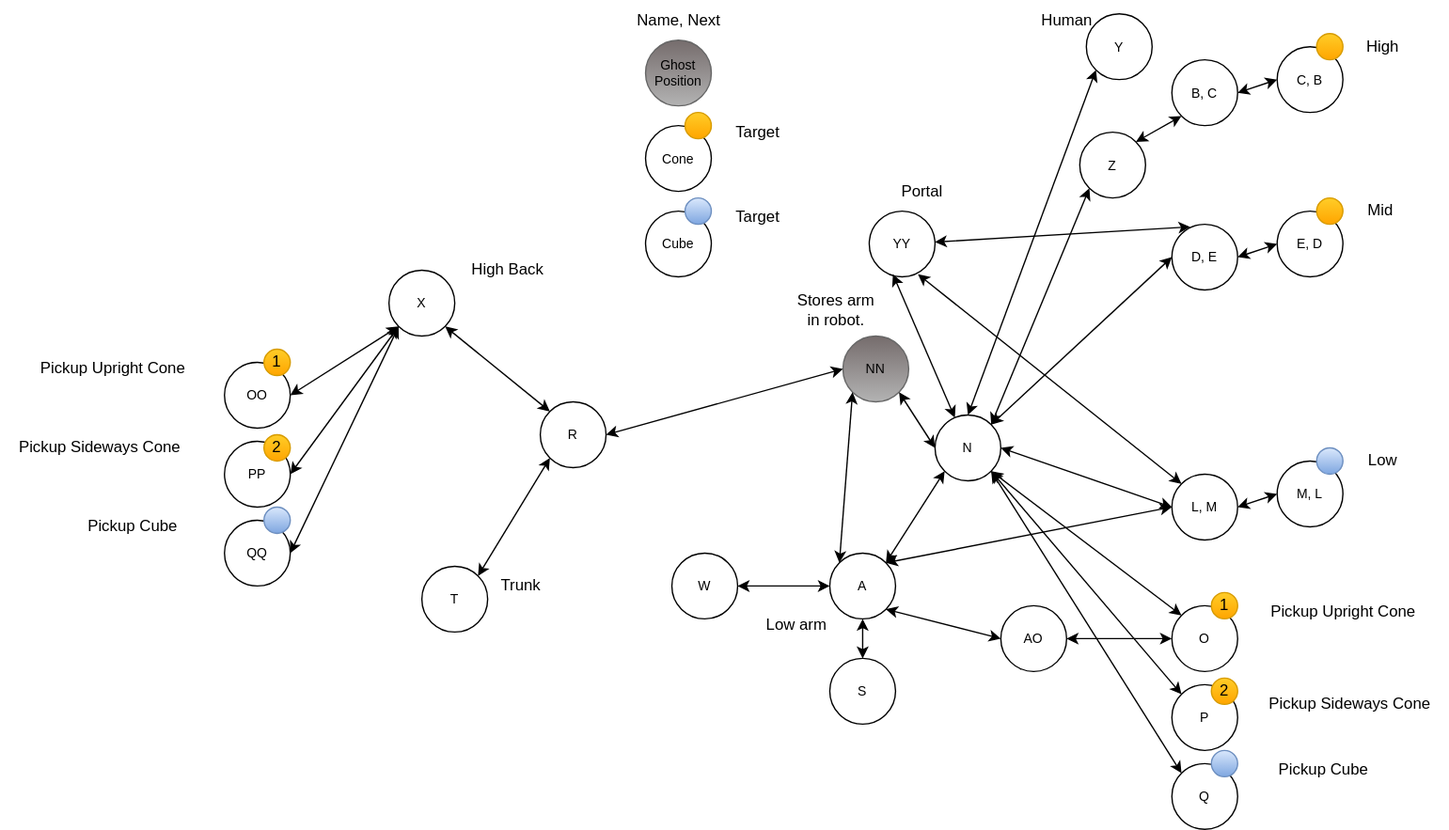
Above: src/main/java/frc/robot/subsystems/Arm/arm.drawio.svg in RossRambotics/2023-ChargedUp (draw.io), before the change. Source tidied: cells renumbered, new cells last; positions are measured from the earlier drawing's top-left corner, leaving out a move shared by most shapes.
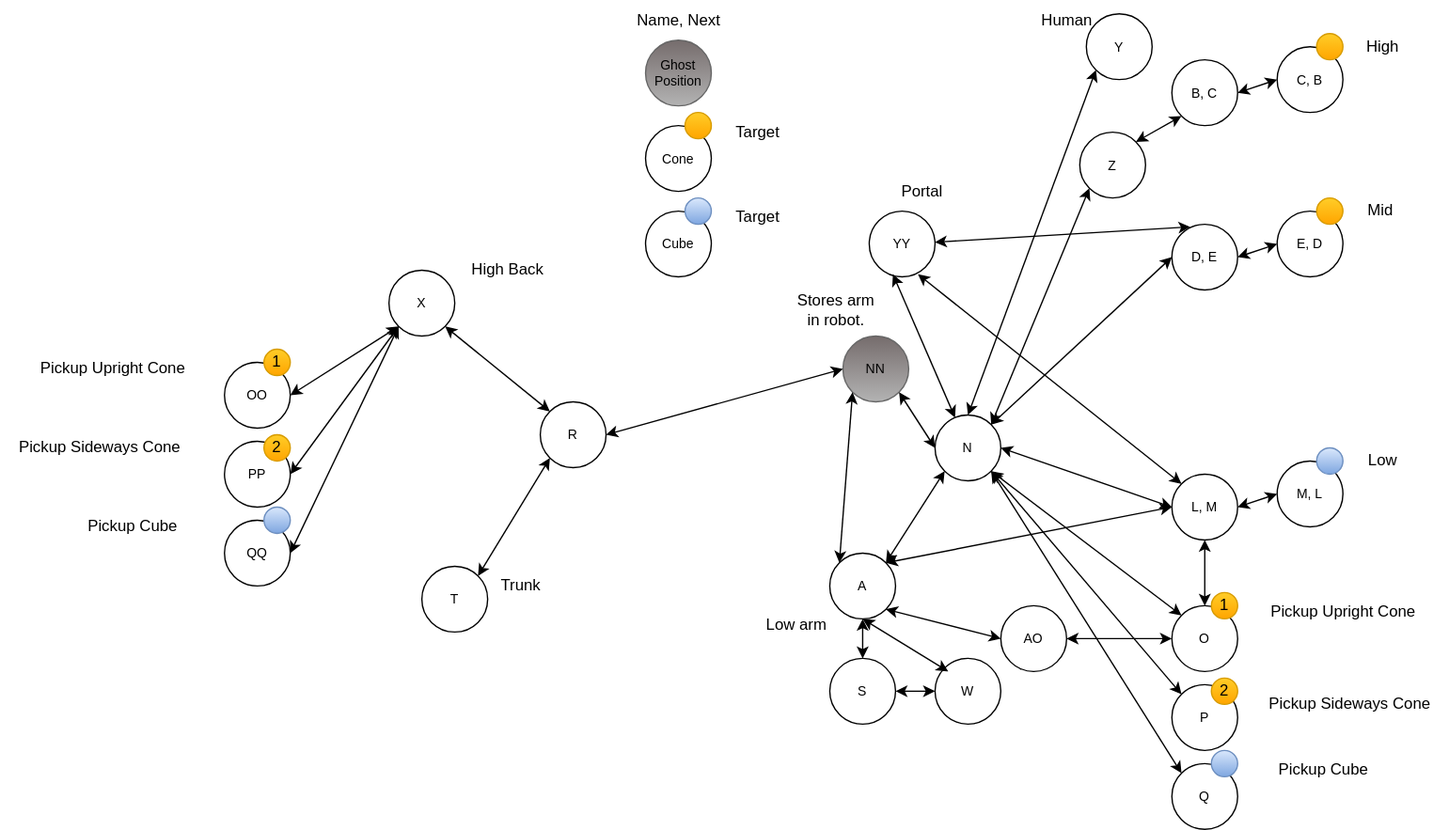
The same diagram one commit later.

Diff of the diagram source:
```diff
@@ -251,13 +251,21 @@
       <mxGeometry x="675" y="130" width="50" height="30" as="geometry" />
     </mxCell>
     <mxCell id="84" value="W" style="ellipse;whiteSpace=wrap;html=1;fontSize=10;" parent="1" vertex="1">
-      <mxGeometry x="510" y="420" width="50" height="50" as="geometry" />
+      <mxGeometry x="710" y="500" width="50" height="50" as="geometry" />
     </mxCell>
-    <mxCell id="85" style="edgeStyle=none;html=1;entryX=1;entryY=0.5;entryDx=0;entryDy=0;fontSize=10;startArrow=classic;startFill=1;exitX=0;exitY=0.5;exitDx=0;exitDy=0;" parent="1" edge="1" source="23" target="84">
-      <mxGeometry relative="1" as="geometry" />
+    <mxCell id="85" style="edgeStyle=none;html=1;fontSize=10;startArrow=classic;startFill=1;exitX=0.5;exitY=1;exitDx=0;exitDy=0;" parent="1" edge="1" source="23">
+      <mxGeometry relative="1" as="geometry">
+        <mxPoint x="720" y="510" as="targetPoint" />
+      </mxGeometry>
     </mxCell>
     <mxCell id="86" style="edgeStyle=none;html=1;exitX=0.28;exitY=0.04;exitDx=0;exitDy=0;fontSize=10;startArrow=classic;startFill=1;exitPerimeter=0;" parent="1" edge="1" source="9" target="81">
       <mxGeometry relative="1" as="geometry" />
     </mxCell>
+    <mxCell id="87" style="edgeStyle=none;html=1;fontSize=10;startArrow=classic;startFill=1;exitX=1;exitY=0.5;exitDx=0;exitDy=0;entryX=0;entryY=0.5;entryDx=0;entryDy=0;" parent="1" edge="1" source="32" target="84">
+      <mxGeometry relative="1" as="geometry" />
+    </mxCell>
+    <mxCell id="88" style="edgeStyle=none;html=1;exitX=0.5;exitY=0;exitDx=0;exitDy=0;fontSize=10;startArrow=classic;startFill=1;entryX=0.5;entryY=1;entryDx=0;entryDy=0;" parent="1" edge="1" source="34" target="17">
+      <mxGeometry relative="1" as="geometry" />
+    </mxCell>
   </root>
 </mxGraphModel>
```
